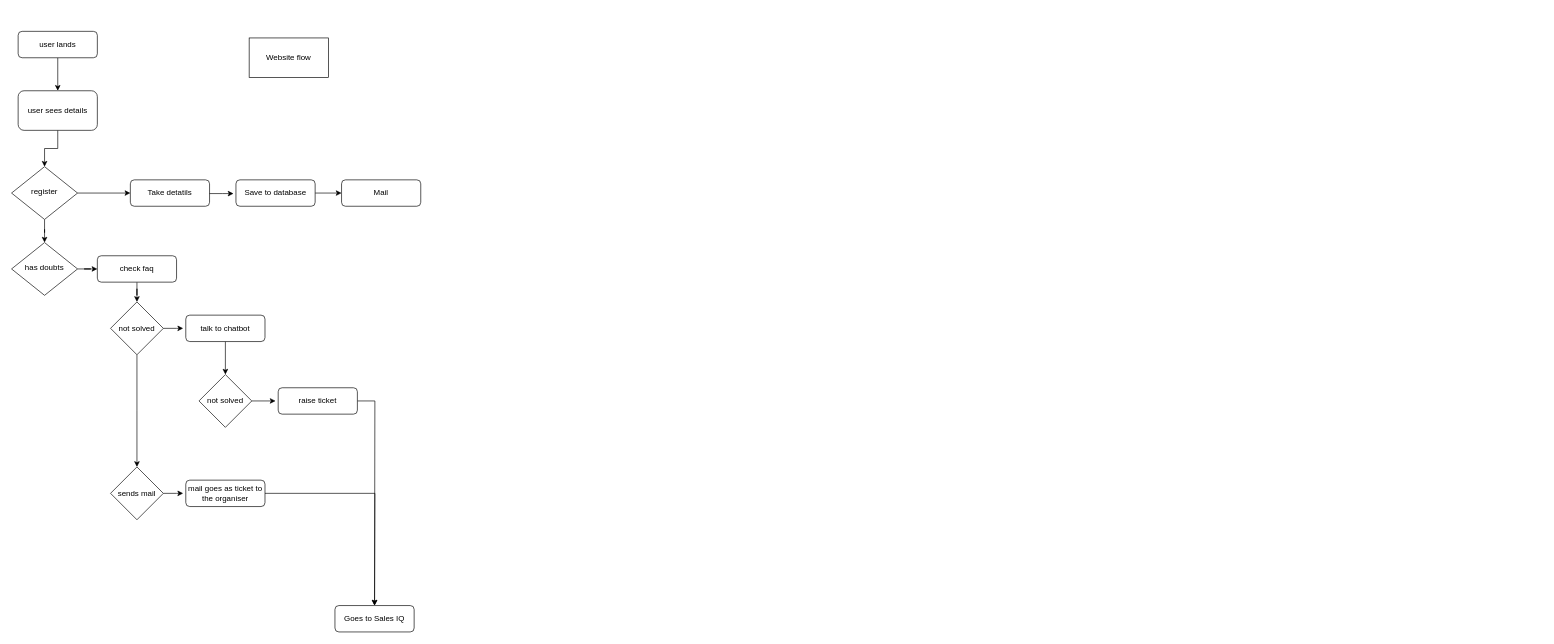
The draw.io diagram Untitled Diagram.drawio in aviiciii/misc, before the edit. Source tidied: cells renumbered, new cells numbered last; positions are measured from the earlier drawing's top-left corner, leaving out a move shared by most shapes. Both pictures are drawn from the tidied source at 66%, with x=0, y=0 at pixel (11, 31).
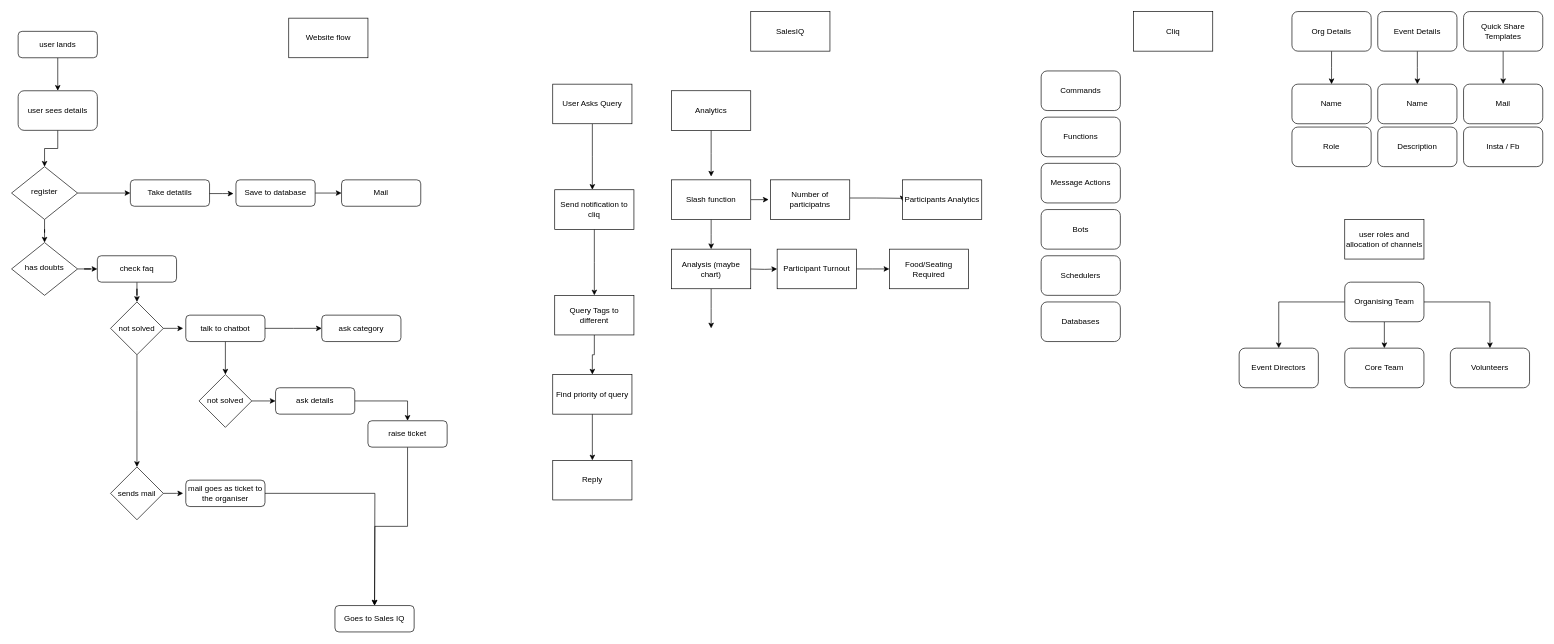
Above is the later version.

The change refers to these unchanged cells:
```xml
<mxCell id="20" value="talk to chatbot" style="rounded=1;whiteSpace=wrap;html=1;fontSize=12;glass=0;strokeWidth=1;shadow=0;" parent="1" vertex="1">
  <mxGeometry x="264" y="430" width="120" height="40" as="geometry" />
</mxCell>
```

What changed in the source:
```diff
@@
     <mxCell id="10" value="Website flow" style="rounded=0;whiteSpace=wrap;html=1;" parent="1" vertex="1">
-      <mxGeometry x="360" y="10" width="120" height="60" as="geometry" />
+      <mxGeometry x="420" y="-20" width="120" height="60" as="geometry" />
     </mxCell>
@@
+    <mxCell id="33" style="edgeStyle=orthogonalEdgeStyle;rounded=0;jettySize=auto;html=1;" parent="1" edge="1" source="20">
+      <mxGeometry relative="1" as="geometry">
+        <mxPoint x="470" y="450" as="targetPoint" />
+      </mxGeometry>
+    </mxCell>
@@
     <mxCell id="27" value="raise ticket" style="rounded=1;whiteSpace=wrap;html=1;fontSize=12;glass=0;strokeWidth=1;shadow=0;" parent="1" vertex="1">
-      <mxGeometry x="404" y="540" width="120" height="40" as="geometry" />
+      <mxGeometry x="540" y="590" width="120" height="40" as="geometry" />
     </mxCell>
@@
+    <mxCell id="34" value="SalesIQ" style="rounded=0;whiteSpace=wrap;html=1;" parent="1" vertex="1">
+      <mxGeometry x="1120" y="-30" width="120" height="60" as="geometry" />
+    </mxCell>
+    <mxCell id="35" style="edgeStyle=orthogonalEdgeStyle;rounded=0;jettySize=auto;html=1;" parent="1" edge="1" source="36">
+      <mxGeometry relative="1" as="geometry">
+        <mxPoint x="880" y="240" as="targetPoint" />
+      </mxGeometry>
+    </mxCell>
+    <mxCell id="36" value="User Asks Query" style="rounded=0;whiteSpace=wrap;html=1;" parent="1" vertex="1">
+      <mxGeometry x="820" y="80" width="120" height="60" as="geometry" />
+    </mxCell>
+    <mxCell id="37" style="edgeStyle=orthogonalEdgeStyle;rounded=0;jettySize=auto;html=1;" parent="1" edge="1" source="38">
+      <mxGeometry relative="1" as="geometry">
+        <mxPoint x="883" y="400" as="targetPoint" />
+      </mxGeometry>
+    </mxCell>
+    <mxCell id="38" value="Send notification to cliq" style="rounded=0;whiteSpace=wrap;html=1;" parent="1" vertex="1">
+      <mxGeometry x="823" y="240" width="120" height="60" as="geometry" />
+    </mxCell>
+    <mxCell id="39" style="edgeStyle=orthogonalEdgeStyle;rounded=0;jettySize=auto;html=1;" parent="1" edge="1" source="40">
+      <mxGeometry relative="1" as="geometry">
+        <mxPoint x="1060" y="220" as="targetPoint" />
+      </mxGeometry>
+    </mxCell>
+    <mxCell id="40" value="Analytics" style="rounded=0;whiteSpace=wrap;html=1;" parent="1" vertex="1">
+      <mxGeometry x="1000" y="90" width="120" height="60" as="geometry" />
+    </mxCell>
+    <mxCell id="41" style="edgeStyle=orthogonalEdgeStyle;rounded=0;jettySize=auto;html=1;entryX=-0.024;entryY=0.498;entryDx=0;entryDy=0;entryPerimeter=0;" parent="1" edge="1" source="43" target="50">
+      <mxGeometry relative="1" as="geometry" />
+    </mxCell>
+    <mxCell id="42" style="edgeStyle=orthogonalEdgeStyle;rounded=0;jettySize=auto;html=1;" parent="1" edge="1" source="43">
+      <mxGeometry relative="1" as="geometry">
+        <mxPoint x="1060" y="330" as="targetPoint" />
+      </mxGeometry>
+    </mxCell>
+    <mxCell id="43" value="Slash function" style="rounded=0;whiteSpace=wrap;html=1;" parent="1" vertex="1">
+      <mxGeometry x="1000" y="225" width="120" height="60" as="geometry" />
+    </mxCell>
+    <mxCell id="44" style="edgeStyle=orthogonalEdgeStyle;rounded=0;jettySize=auto;html=1;" parent="1" edge="1" source="45" target="60">
+      <mxGeometry relative="1" as="geometry" />
+    </mxCell>
+    <mxCell id="45" value="Query Tags to different" style="rounded=0;whiteSpace=wrap;html=1;" parent="1" vertex="1">
+      <mxGeometry x="823" y="400" width="120" height="60" as="geometry" />
+    </mxCell>
+    <mxCell id="46" value="ask category" style="rounded=1;whiteSpace=wrap;html=1;fontSize=12;glass=0;strokeWidth=1;shadow=0;" parent="1" vertex="1">
+      <mxGeometry x="470" y="430" width="120" height="40" as="geometry" />
+    </mxCell>
+    <mxCell id="47" style="edgeStyle=orthogonalEdgeStyle;rounded=0;jettySize=auto;html=1;entryX=0.5;entryY=0;entryDx=0;entryDy=0;" parent="1" edge="1" source="48" target="27">
+      <mxGeometry relative="1" as="geometry" />
+    </mxCell>
+    <mxCell id="48" value="ask details" style="rounded=1;whiteSpace=wrap;html=1;fontSize=12;glass=0;strokeWidth=1;shadow=0;" parent="1" vertex="1">
+      <mxGeometry x="400" y="540" width="120" height="40" as="geometry" />
+    </mxCell>
+    <mxCell id="49" style="edgeStyle=orthogonalEdgeStyle;rounded=0;orthogonalLoop=1;jettySize=auto;html=1;entryX=0;entryY=0.583;entryDx=0;entryDy=0;entryPerimeter=0;" parent="1" edge="1">
+      <mxGeometry relative="1" as="geometry">
+        <mxPoint x="1270" y="252.5" as="sourcePoint" />
+        <mxPoint x="1350" y="257.5" as="targetPoint" />
+        <Array as="points">
+          <mxPoint x="1310" y="253" />
+          <mxPoint x="1350" y="253" />
+        </Array>
+      </mxGeometry>
+    </mxCell>
+    <mxCell id="50" value="Number of participatns" style="rounded=0;whiteSpace=wrap;html=1;" parent="1" vertex="1">
+      <mxGeometry x="1150" y="225" width="120" height="60" as="geometry" />
+    </mxCell>
+    <mxCell id="51" value="Participants Analytics" style="rounded=0;whiteSpace=wrap;html=1;" parent="1" vertex="1">
+      <mxGeometry x="1350" y="225" width="120" height="60" as="geometry" />
+    </mxCell>
+    <mxCell id="52" style="edgeStyle=orthogonalEdgeStyle;rounded=0;jettySize=auto;html=1;" parent="1" edge="1" source="53">
+      <mxGeometry relative="1" as="geometry">
+        <mxPoint x="1060" y="450" as="targetPoint" />
+      </mxGeometry>
+    </mxCell>
+    <mxCell id="53" value="Analysis (maybe chart)" style="rounded=0;whiteSpace=wrap;html=1;" parent="1" vertex="1">
+      <mxGeometry x="1000" y="330" width="120" height="60" as="geometry" />
+    </mxCell>
+    <mxCell id="54" style="edgeStyle=orthogonalEdgeStyle;rounded=0;jettySize=auto;html=1;" parent="1" edge="1" source="55">
+      <mxGeometry relative="1" as="geometry">
+        <mxPoint x="1330" y="360" as="targetPoint" />
+      </mxGeometry>
+    </mxCell>
+    <mxCell id="55" value="Participant Turnout" style="rounded=0;whiteSpace=wrap;html=1;" parent="1" vertex="1">
+      <mxGeometry x="1160" y="330" width="120" height="60" as="geometry" />
+    </mxCell>
+    <mxCell id="56" value="Food/Seating Required" style="rounded=0;whiteSpace=wrap;html=1;" parent="1" vertex="1">
+      <mxGeometry x="1330" y="330" width="120" height="60" as="geometry" />
+    </mxCell>
+    <mxCell id="57" style="edgeStyle=orthogonalEdgeStyle;rounded=0;jettySize=auto;html=1;entryX=0;entryY=0.5;entryDx=0;entryDy=0;" parent="1" edge="1" target="55">
+      <mxGeometry relative="1" as="geometry">
+        <mxPoint x="1120" y="360.1" as="sourcePoint" />
+      </mxGeometry>
+    </mxCell>
+    <mxCell id="58" value="Cliq" style="rounded=0;whiteSpace=wrap;html=1;" parent="1" vertex="1">
+      <mxGeometry x="1700" y="-30" width="120" height="60" as="geometry" />
+    </mxCell>
+    <mxCell id="59" style="edgeStyle=orthogonalEdgeStyle;rounded=0;jettySize=auto;html=1;entryX=0.5;entryY=0;entryDx=0;entryDy=0;" parent="1" edge="1" source="60" target="61">
+      <mxGeometry relative="1" as="geometry" />
+    </mxCell>
+    <mxCell id="60" value="Find priority of query" style="rounded=0;whiteSpace=wrap;html=1;" parent="1" vertex="1">
+      <mxGeometry x="820" y="520" width="120" height="60" as="geometry" />
+    </mxCell>
+    <mxCell id="61" value="Reply" style="rounded=0;whiteSpace=wrap;html=1;" parent="1" vertex="1">
+      <mxGeometry x="820" y="650" width="120" height="60" as="geometry" />
+    </mxCell>
+    <mxCell id="62" value="Commands" style="rounded=1;whiteSpace=wrap;html=1;" parent="1" vertex="1">
+      <mxGeometry x="1560" y="60" width="120" height="60" as="geometry" />
+    </mxCell>
+    <mxCell id="63" value="Databases" style="rounded=1;whiteSpace=wrap;html=1;" parent="1" vertex="1">
+      <mxGeometry x="1560" y="410" width="120" height="60" as="geometry" />
+    </mxCell>
+    <mxCell id="64" value="Schedulers" style="rounded=1;whiteSpace=wrap;html=1;" parent="1" vertex="1">
+      <mxGeometry x="1560" y="340" width="120" height="60" as="geometry" />
+    </mxCell>
+    <mxCell id="65" value="Functions" style="rounded=1;whiteSpace=wrap;html=1;" parent="1" vertex="1">
+      <mxGeometry x="1560" y="130" width="120" height="60" as="geometry" />
+    </mxCell>
+    <mxCell id="66" value="Message Actions" style="rounded=1;whiteSpace=wrap;html=1;" parent="1" vertex="1">
+      <mxGeometry x="1560" y="200" width="120" height="60" as="geometry" />
+    </mxCell>
+    <mxCell id="67" value="Bots" style="rounded=1;whiteSpace=wrap;html=1;" parent="1" vertex="1">
+      <mxGeometry x="1560" y="270" width="120" height="60" as="geometry" />
+    </mxCell>
+    <mxCell id="68" style="edgeStyle=orthogonalEdgeStyle;rounded=0;jettySize=auto;html=1;" parent="1" edge="1" source="69">
+      <mxGeometry relative="1" as="geometry">
+        <mxPoint x="2130" y="80" as="targetPoint" />
+      </mxGeometry>
+    </mxCell>
+    <mxCell id="69" value="Event Details" style="rounded=1;whiteSpace=wrap;html=1;" parent="1" vertex="1">
+      <mxGeometry x="2070" y="-30" width="120" height="60" as="geometry" />
+    </mxCell>
+    <mxCell id="70" value="Description" style="rounded=1;whiteSpace=wrap;html=1;" parent="1" vertex="1">
+      <mxGeometry x="2070" y="145" width="120" height="60" as="geometry" />
+    </mxCell>
+    <mxCell id="71" value="Name" style="rounded=1;whiteSpace=wrap;html=1;" parent="1" vertex="1">
+      <mxGeometry x="2070" y="80" width="120" height="60" as="geometry" />
+    </mxCell>
+    <mxCell id="72" style="edgeStyle=orthogonalEdgeStyle;rounded=0;jettySize=auto;html=1;entryX=0.5;entryY=0;entryDx=0;entryDy=0;" parent="1" edge="1" source="73" target="74">
+      <mxGeometry relative="1" as="geometry" />
+    </mxCell>
+    <mxCell id="73" value="Quick Share Templates" style="rounded=1;whiteSpace=wrap;html=1;" parent="1" vertex="1">
+      <mxGeometry x="2200" y="-30" width="120" height="60" as="geometry" />
+    </mxCell>
+    <mxCell id="74" value="Mail" style="rounded=1;whiteSpace=wrap;html=1;" parent="1" vertex="1">
+      <mxGeometry x="2200" y="80" width="120" height="60" as="geometry" />
+    </mxCell>
+    <mxCell id="75" value="Insta / Fb" style="rounded=1;whiteSpace=wrap;html=1;" parent="1" vertex="1">
+      <mxGeometry x="2200" y="145" width="120" height="60" as="geometry" />
+    </mxCell>
+    <mxCell id="76" style="edgeStyle=orthogonalEdgeStyle;rounded=0;jettySize=auto;html=1;exitX=0;exitY=0.5;exitDx=0;exitDy=0;entryX=0.5;entryY=0;entryDx=0;entryDy=0;" parent="1" edge="1" source="79" target="80">
+      <mxGeometry relative="1" as="geometry" />
+    </mxCell>
+    <mxCell id="77" style="edgeStyle=orthogonalEdgeStyle;rounded=0;jettySize=auto;html=1;" parent="1" edge="1" source="79" target="81">
+      <mxGeometry relative="1" as="geometry" />
+    </mxCell>
+    <mxCell id="78" style="edgeStyle=orthogonalEdgeStyle;rounded=0;jettySize=auto;html=1;entryX=0.5;entryY=0;entryDx=0;entryDy=0;" parent="1" edge="1" source="79" target="82">
+      <mxGeometry relative="1" as="geometry" />
+    </mxCell>
+    <mxCell id="79" value="Organising Team" style="rounded=1;whiteSpace=wrap;html=1;" parent="1" vertex="1">
+      <mxGeometry x="2020" y="380" width="120" height="60" as="geometry" />
+    </mxCell>
+    <mxCell id="80" value="Event Directors" style="rounded=1;whiteSpace=wrap;html=1;" parent="1" vertex="1">
+      <mxGeometry x="1860" y="480" width="120" height="60" as="geometry" />
+    </mxCell>
+    <mxCell id="81" value="Core Team" style="rounded=1;whiteSpace=wrap;html=1;" parent="1" vertex="1">
+      <mxGeometry x="2020" y="480" width="120" height="60" as="geometry" />
+    </mxCell>
+    <mxCell id="82" value="Volunteers" style="rounded=1;whiteSpace=wrap;html=1;" parent="1" vertex="1">
+      <mxGeometry x="2180" y="480" width="120" height="60" as="geometry" />
+    </mxCell>
+    <mxCell id="83" value="user roles and allocation of channels" style="rounded=0;whiteSpace=wrap;html=1;" parent="1" vertex="1">
+      <mxGeometry x="2020" y="285" width="120" height="60" as="geometry" />
+    </mxCell>
+    <mxCell id="84" style="edgeStyle=orthogonalEdgeStyle;rounded=0;jettySize=auto;html=1;" parent="1" edge="1" source="85">
+      <mxGeometry relative="1" as="geometry">
+        <mxPoint x="2000" y="80" as="targetPoint" />
+      </mxGeometry>
+    </mxCell>
+    <mxCell id="85" value="Org Details" style="rounded=1;whiteSpace=wrap;html=1;" parent="1" vertex="1">
+      <mxGeometry x="1940" y="-30" width="120" height="60" as="geometry" />
+    </mxCell>
+    <mxCell id="86" value="Role" style="rounded=1;whiteSpace=wrap;html=1;" parent="1" vertex="1">
+      <mxGeometry x="1940" y="145" width="120" height="60" as="geometry" />
+    </mxCell>
+    <mxCell id="87" value="Name" style="rounded=1;whiteSpace=wrap;html=1;" parent="1" vertex="1">
+      <mxGeometry x="1940" y="80" width="120" height="60" as="geometry" />
+    </mxCell>
```
